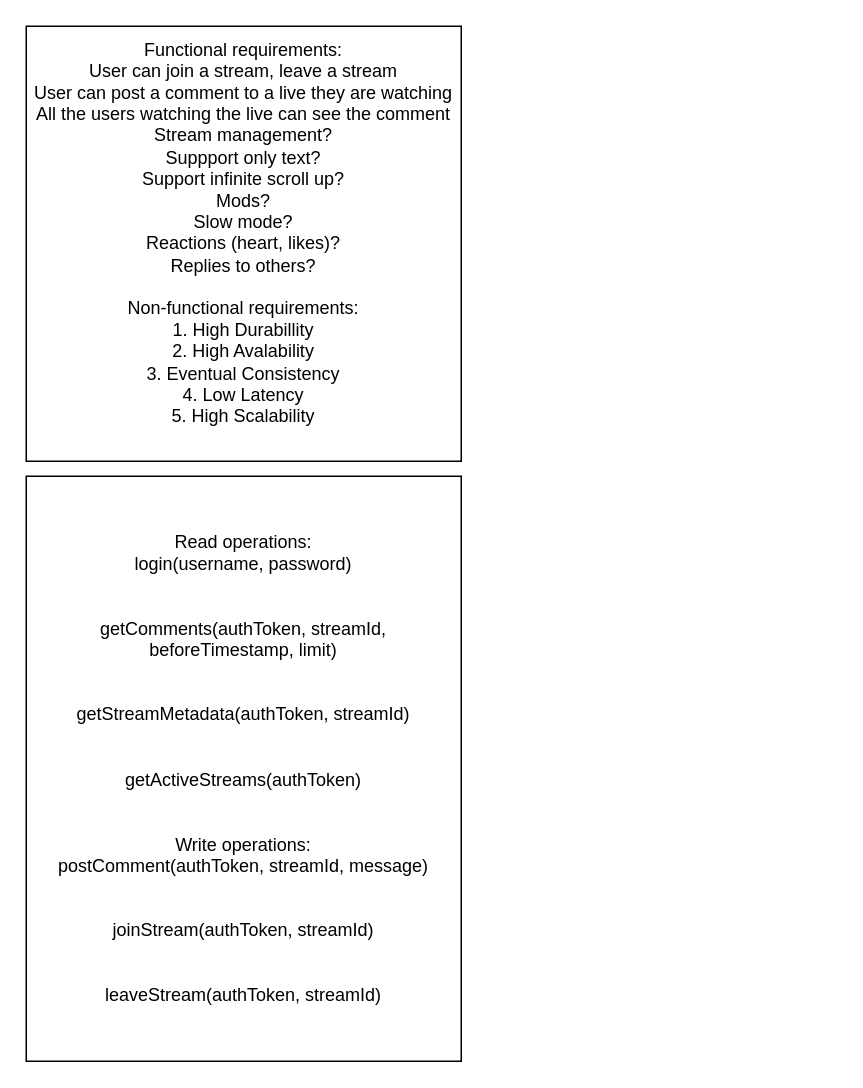
Before: page "Live_comment_self_attempt" (1 of 3) of live_commenting.drawio in kal038/system-design-learn, a draw.io diagram. Source tidied: cells renumbered, new cells numbered last; positions are measured from the earlier drawing's top-left corner, leaving out a move shared by most shapes. Both pictures are drawn from the tidied source at 150%, with x=0, y=0 at pixel (26, 26).
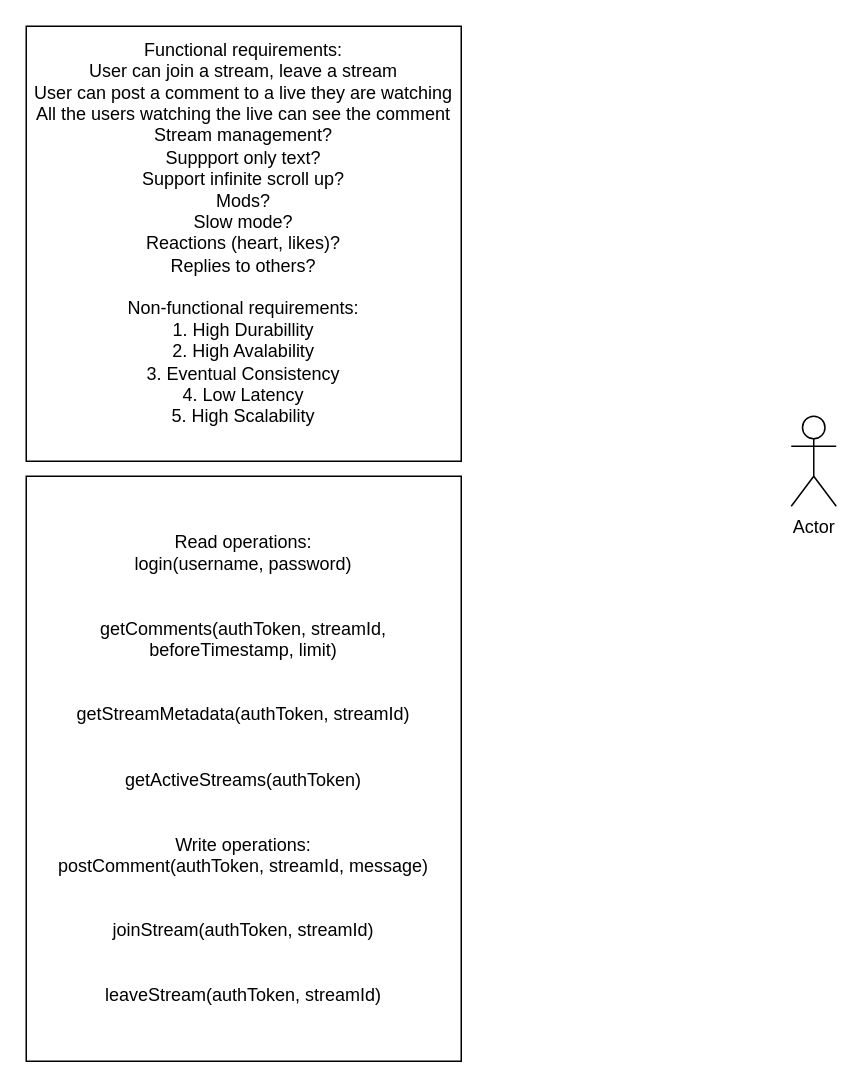
The same page after the edit.

Diff of the diagram source:
```diff
@@
 <mxGraphModel>
   <root>
     <mxCell id="0" />
     <mxCell id="1" parent="0" />
     <mxCell id="2" value="Functional requirements:&lt;div&gt;User can join a stream, leave a stream&lt;br&gt;&lt;div&gt;User can post a comment to a live they are watching&lt;/div&gt;&lt;div&gt;All the users watching the live can see the comment&lt;/div&gt;&lt;div&gt;Stream management?&lt;/div&gt;&lt;div&gt;Suppport only text?&lt;/div&gt;&lt;div&gt;Support infinite scroll up?&lt;/div&gt;&lt;div&gt;Mods?&lt;/div&gt;&lt;div&gt;Slow mode?&lt;/div&gt;&lt;div&gt;Reactions (heart, likes)?&lt;/div&gt;&lt;div&gt;Replies to others?&lt;/div&gt;&lt;/div&gt;&lt;div&gt;&lt;br&gt;&lt;/div&gt;&lt;div&gt;Non-functional requirements:&lt;/div&gt;&lt;div&gt;1. High Durabillity&lt;/div&gt;&lt;div&gt;2. High Avalability&lt;/div&gt;&lt;div&gt;3. Eventual Consistency&lt;/div&gt;&lt;div&gt;4. Low Latency&lt;/div&gt;&lt;div&gt;5. High Scalability&lt;/div&gt;&lt;div&gt;&lt;br&gt;&lt;/div&gt;" style="rounded=0;whiteSpace=wrap;html=1;" parent="1" vertex="1">
       <mxGeometry width="290" height="290" as="geometry" />
     </mxCell>
     <mxCell id="3" value="Read operations:&lt;br&gt;login(username, password)&lt;br&gt;&lt;br&gt;&lt;br&gt;getComments(authToken, streamId, beforeTimestamp, limit)&lt;br&gt;&lt;br&gt;&lt;br&gt;getStreamMetadata(authToken, streamId)&lt;br&gt;&lt;br&gt;&lt;br&gt;getActiveStreams(authToken)&lt;br&gt;&lt;br&gt;&lt;br&gt;Write operations:&lt;br&gt;postComment(authToken, streamId, message)&lt;br&gt;&lt;br&gt;&lt;br&gt;joinStream(authToken, streamId)&lt;br&gt;&lt;br&gt;&lt;br&gt;leaveStream(authToken, streamId)" style="rounded=0;whiteSpace=wrap;html=1;" parent="1" vertex="1">
       <mxGeometry y="300" width="290" height="390" as="geometry" />
     </mxCell>
+    <mxCell id="4" value="Actor" style="shape=umlActor;verticalLabelPosition=bottom;verticalAlign=top;html=1;" parent="1" vertex="1">
+      <mxGeometry x="510" y="260" width="30" height="60" as="geometry" />
+    </mxCell>
   </root>
 </mxGraphModel>
```
